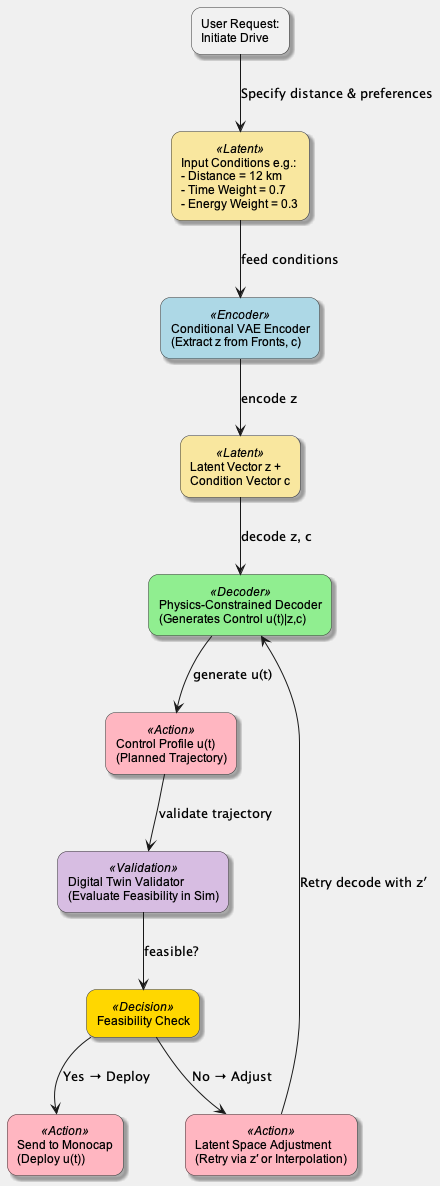
Before: docs/diagrams/images/docs/diagrams/c4/system_process/system_process.png, a diagram exported from PlantUML (Nicola-Ibrahim/Tracing-Objectives-Backwards).
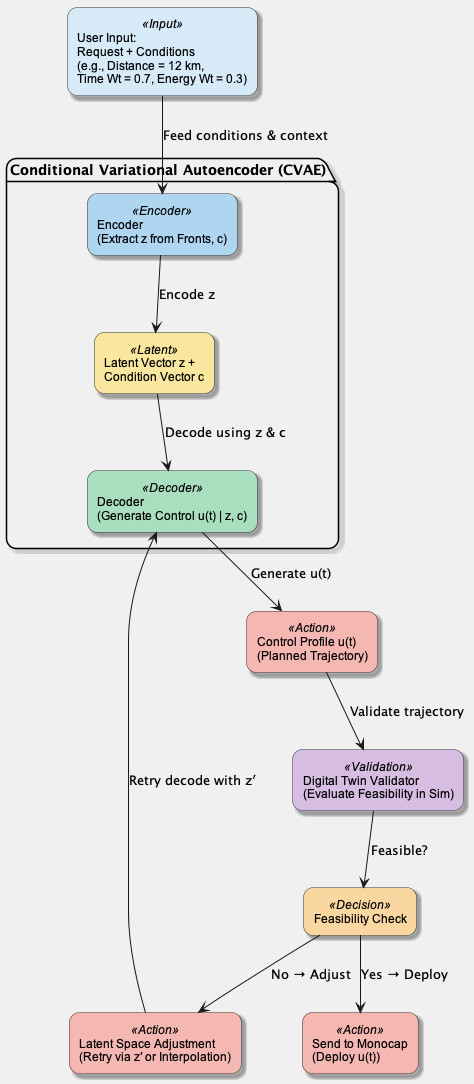
After the commit.

Commit message:
Update system process diagram with enhanced component colors and improved labeling

Diff of the diagram source:
```diff
@@ -4,45 +4,40 @@
 skinparam roundcorner 20
 skinparam shadowing true
 skinparam backgroundColor #F0F0F0
+
 skinparam component {
-  BackgroundColor<<Encoder>> #ADD8E6
-  BackgroundColor<<Latent>> #F9E79F
-  BackgroundColor<<Decoder>> #90EE90
-  BackgroundColor<<Decision>> #FFD700
-  BackgroundColor<<Action>> #FFB6C1
-  BackgroundColor<<Validation>> #D7BDE2
   BorderColor #333333
   FontSize 12
   FontName Arial
+  BackgroundColor<<Input>> #D6EAF8
+  BackgroundColor<<Encoder>> #AED6F1
+  BackgroundColor<<Latent>> #F9E79F
+  BackgroundColor<<Decoder>> #A9DFBF
+  BackgroundColor<<Validation>> #D7BDE2
+  BackgroundColor<<Decision>> #FAD7A0
+  BackgroundColor<<Action>> #F5B7B1
 }
 
-component "User Request:\nInitiate Drive" as A
+component "User Input:\nRequest + Conditions\n(e.g., Distance = 12 km,\nTime Wt = 0.7, Energy Wt = 0.3)" as B <<Input>>
 
-component "Input Conditions e.g.: \n- Distance = 12 km\n- Time Weight = 0.7\n- Energy Weight = 0.3" as B <<Latent>>
-
-component "Conditional VAE Encoder\n(Extract z from Fronts, c)" as C <<Encoder>>
-
-component "Latent Vector z +\nCondition Vector c" as D <<Latent>>
-
-component "Physics-Constrained Decoder\n(Generates Control u(t)|z,c)" as E <<Decoder>>
+package "Conditional Variational Autoencoder (CVAE)" {
+  component "Encoder\n(Extract z from Fronts, c)" as C <<Encoder>>
+  component "Latent Vector z +\nCondition Vector c" as D <<Latent>>
+  component "Decoder\n(Generate Control u(t) | z, c)" as E <<Decoder>>
+}
 
 component "Control Profile u(t)\n(Planned Trajectory)" as F <<Action>>
-
 component "Digital Twin Validator\n(Evaluate Feasibility in Sim)" as G <<Validation>>
-
 component "Feasibility Check" as H <<Decision>>
-
 component "Send to Monocap\n(Deploy u(t))" as I <<Action>>
-
 component "Latent Space Adjustment\n(Retry via z′ or Interpolation)" as J <<Action>>
 
-A --> B : Specify distance & preferences
-B --> C : feed conditions
-C --> D : encode z
-D --> E : decode z, c
-E --> F : generate u(t)
-F --> G : validate trajectory
-G --> H : feasible?
+B --> C : Feed conditions & context
+C --> D : Encode z
+D --> E : Decode using z & c
+E --> F : Generate u(t)
+F --> G : Validate trajectory
+G --> H : Feasible?
 H --> I : Yes → Deploy
 H --> J : No → Adjust
 J --> E : Retry decode with z′
```
